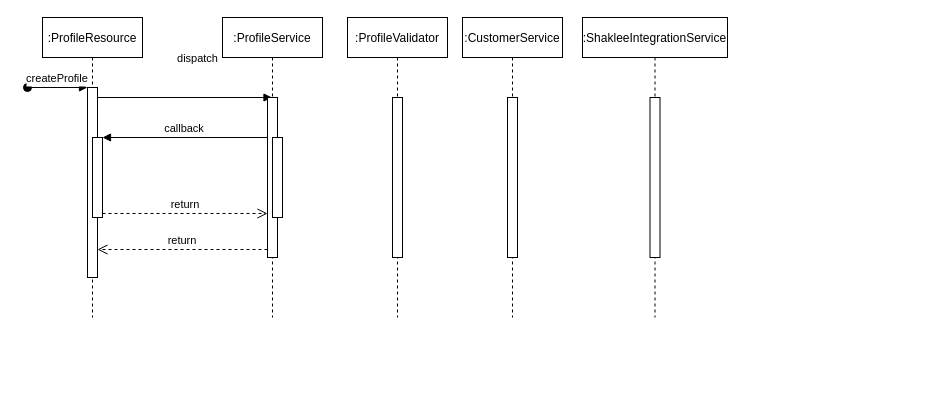
rednas/Test keeps this draw.io diagram as REST API Sequence Diagram.drawio. Above is the earlier version. Source tidied: cells renumbered, new cells numbered last; positions are measured from the earlier drawing's top-left corner, leaving out a move shared by most shapes. Both pictures are drawn from the tidied source at 100%, with x=0, y=0 at pixel (27, 17).
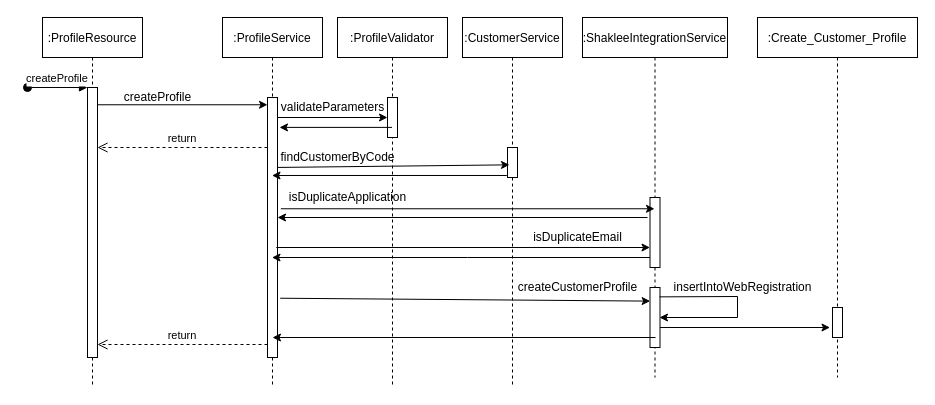
After the change.

Diff of the diagram source:
```diff
@@
     <mxCell id="2" value=":ProfileResource" style="shape=umlLifeline;perimeter=lifelinePerimeter;rounded=0;shadow=0;strokeWidth=1;" parent="1" vertex="1">
-      <mxGeometry x="15" width="100" height="300" as="geometry" />
+      <mxGeometry x="15" width="100" height="370" as="geometry" />
     </mxCell>
     <mxCell id="3" style="points=[];perimeter=orthogonalPerimeter;rounded=0;shadow=0;strokeWidth=1;" parent="2" vertex="1">
-      <mxGeometry x="45" y="70" width="10" height="190" as="geometry" />
+      <mxGeometry x="45" y="70" width="10" height="270" as="geometry" />
     </mxCell>
@@
-    <mxCell id="5" style="points=[];perimeter=orthogonalPerimeter;rounded=0;shadow=0;strokeWidth=1;" parent="2" vertex="1">
-      <mxGeometry x="50" y="120" width="10" height="80" as="geometry" />
-    </mxCell>
-    <mxCell id="6" value="dispatch" style="html=1;verticalAlign=bottom;endArrow=block;rounded=0;" parent="2" edge="1" target="7">
-      <mxGeometry x="0.15" y="30" relative="1" as="geometry">
-        <mxPoint x="55" y="80" as="sourcePoint" />
-      </mxGeometry>
-    </mxCell>
     <mxCell id="7" value=":ProfileService" style="shape=umlLifeline;perimeter=lifelinePerimeter;rounded=0;shadow=0;strokeWidth=1;" parent="1" vertex="1">
-      <mxGeometry x="195" width="100" height="300" as="geometry" />
+      <mxGeometry x="195" width="100" height="370" as="geometry" />
     </mxCell>
     <mxCell id="8" style="points=[];perimeter=orthogonalPerimeter;rounded=0;shadow=0;strokeWidth=1;" parent="7" vertex="1">
-      <mxGeometry x="45" y="80" width="10" height="160" as="geometry" />
+      <mxGeometry x="45" y="80" width="10" height="260" as="geometry" />
     </mxCell>
-    <mxCell id="9" style="html=1;perimeter=orthogonalPerimeter;" parent="7" vertex="1">
-      <mxGeometry x="50" y="120" width="10" height="80" as="geometry" />
-    </mxCell>
@@
-    <mxCell id="11" value="callback" style="verticalAlign=bottom;endArrow=block;entryX=1;entryY=0;shadow=0;strokeWidth=1;" parent="1" edge="1" source="8" target="5">
-      <mxGeometry relative="1" as="geometry" />
-    </mxCell>
-    <mxCell id="12" value="return" style="verticalAlign=bottom;endArrow=open;dashed=1;endSize=8;exitX=1;exitY=0.95;shadow=0;strokeWidth=1;" parent="1" edge="1" source="5" target="8">
-      <mxGeometry relative="1" as="geometry" />
-    </mxCell>
     <mxCell id="13" value=":ProfileValidator" style="shape=umlLifeline;perimeter=lifelinePerimeter;rounded=0;shadow=0;strokeWidth=1;" parent="1" vertex="1">
-      <mxGeometry x="320" width="100" height="300" as="geometry" />
+      <mxGeometry x="310" width="110" height="370" as="geometry" />
     </mxCell>
     <mxCell id="14" style="perimeter=orthogonalPerimeter;rounded=0;shadow=0;strokeWidth=1;" parent="13" vertex="1">
-      <mxGeometry x="45" y="80" width="10" height="160" as="geometry" />
+      <mxGeometry x="50" y="80" width="10" height="40" as="geometry" />
     </mxCell>
     <mxCell id="15" value=":CustomerService" style="shape=umlLifeline;perimeter=lifelinePerimeter;rounded=0;shadow=0;strokeWidth=1;" parent="1" vertex="1">
-      <mxGeometry x="435" width="100" height="300" as="geometry" />
+      <mxGeometry x="435" width="100" height="370" as="geometry" />
     </mxCell>
     <mxCell id="16" style="points=[];perimeter=orthogonalPerimeter;rounded=0;shadow=0;strokeWidth=1;" parent="15" vertex="1">
-      <mxGeometry x="45" y="80" width="10" height="160" as="geometry" />
+      <mxGeometry x="45" y="130" width="10" height="30" as="geometry" />
     </mxCell>
+    <mxCell id="19" style="endArrow=classic;html=1;rounded=0;exitX=1.333;exitY=0.428;exitDx=0;exitDy=0;exitPerimeter=0;" parent="15" edge="1">
+      <mxGeometry relative="1" as="geometry">
+        <mxPoint x="-186.2" y="230" as="sourcePoint" />
+        <mxPoint x="187.5" y="230" as="targetPoint" />
+      </mxGeometry>
+    </mxCell>
     <mxCell id="17" value=":ShakleeIntegrationService" style="shape=umlLifeline;perimeter=lifelinePerimeter;rounded=0;shadow=0;strokeWidth=1;" parent="1" vertex="1">
-      <mxGeometry x="555" width="145" height="300" as="geometry" />
+      <mxGeometry x="555" width="145" height="360" as="geometry" />
     </mxCell>
     <mxCell id="18" style="points=[];perimeter=orthogonalPerimeter;rounded=0;shadow=0;strokeWidth=1;" parent="17" vertex="1">
-      <mxGeometry x="67.5" y="80" width="10" height="160" as="geometry" />
+      <mxGeometry x="67.5" y="180" width="10" height="70" as="geometry" />
     </mxCell>
+    <mxCell id="20" style="points=[];perimeter=orthogonalPerimeter;rounded=0;shadow=0;strokeWidth=1;" parent="17" vertex="1">
+      <mxGeometry x="67.5" y="270" width="10" height="60" as="geometry" />
+    </mxCell>
+    <mxCell id="21" style="endArrow=classic;html=1;rounded=0;" parent="17" edge="1">
+      <mxGeometry relative="1" as="geometry">
+        <mxPoint x="77.5" y="310" as="sourcePoint" />
+        <mxPoint x="247.5" y="310" as="targetPoint" />
+      </mxGeometry>
+    </mxCell>
+    <mxCell id="22" style="endArrow=classic;html=1;rounded=0;exitX=0.95;exitY=0.156;exitDx=0;exitDy=0;exitPerimeter=0;entryX=0.95;entryY=0.5;entryDx=0;entryDy=0;entryPerimeter=0;" parent="17" edge="1" source="20" target="20">
+      <mxGeometry relative="1" as="geometry">
+        <Array as="points">
+          <mxPoint x="155" y="279" />
+          <mxPoint x="155" y="300" />
+        </Array>
+      </mxGeometry>
+    </mxCell>
+    <mxCell id="23" style="endArrow=classic;html=1;rounded=0;entryX=1.2;entryY=0.115;entryDx=0;entryDy=0;entryPerimeter=0;" parent="1" edge="1" source="13" target="8">
+      <mxGeometry relative="1" as="geometry" />
+    </mxCell>
+    <mxCell id="24" style="endArrow=classic;html=1;rounded=0;" parent="1" edge="1">
+      <mxGeometry relative="1" as="geometry">
+        <mxPoint x="250" y="100" as="sourcePoint" />
+        <mxPoint x="360" y="100" as="targetPoint" />
+      </mxGeometry>
+    </mxCell>
+    <mxCell id="25" style="endArrow=classic;html=1;rounded=0;exitX=1;exitY=0.269;exitDx=0;exitDy=0;exitPerimeter=0;entryX=0.2;entryY=0.578;entryDx=0;entryDy=0;entryPerimeter=0;" parent="1" edge="1" source="8" target="16">
+      <mxGeometry relative="1" as="geometry" />
+    </mxCell>
+    <mxCell id="26" style="endArrow=classic;html=1;rounded=0;exitX=-0.067;exitY=0.933;exitDx=0;exitDy=0;exitPerimeter=0;" parent="1" edge="1" source="16" target="7">
+      <mxGeometry relative="1" as="geometry" />
+    </mxCell>
+    <mxCell id="27" style="endArrow=classic;html=1;rounded=0;exitX=1.333;exitY=0.428;exitDx=0;exitDy=0;exitPerimeter=0;" parent="1" edge="1" source="8" target="17">
+      <mxGeometry relative="1" as="geometry" />
+    </mxCell>
+    <mxCell id="28" style="endArrow=classic;html=1;rounded=0;" parent="1" edge="1">
+      <mxGeometry relative="1" as="geometry">
+        <mxPoint x="620" y="200" as="sourcePoint" />
+        <mxPoint x="250" y="200" as="targetPoint" />
+      </mxGeometry>
+    </mxCell>
+    <mxCell id="29" value=":Create_Customer_Profile" style="shape=umlLifeline;perimeter=lifelinePerimeter;rounded=0;shadow=0;strokeWidth=1;" parent="1" vertex="1">
+      <mxGeometry x="730" width="160" height="360" as="geometry" />
+    </mxCell>
+    <mxCell id="30" style="perimeter=orthogonalPerimeter;rounded=0;shadow=0;strokeWidth=1;" parent="29" vertex="1">
+      <mxGeometry x="75" y="290" width="10" height="30" as="geometry" />
+    </mxCell>
+    <mxCell id="31" style="endArrow=classic;html=1;rounded=0;entryX=0.017;entryY=0.227;entryDx=0;entryDy=0;entryPerimeter=0;exitX=1.267;exitY=0.772;exitDx=0;exitDy=0;exitPerimeter=0;" parent="1" edge="1" source="8" target="20">
+      <mxGeometry relative="1" as="geometry" />
+    </mxCell>
+    <mxCell id="32" style="endArrow=classic;html=1;rounded=0;" parent="1" edge="1">
+      <mxGeometry relative="1" as="geometry">
+        <mxPoint x="628" y="320" as="sourcePoint" />
+        <mxPoint x="245" y="320" as="targetPoint" />
+      </mxGeometry>
+    </mxCell>
+    <mxCell id="12" value="return" style="verticalAlign=bottom;endArrow=open;dashed=1;endSize=8;exitX=0;exitY=0.95;shadow=0;strokeWidth=1;" parent="1" edge="1">
+      <mxGeometry relative="1" as="geometry">
+        <mxPoint x="240" y="130" as="sourcePoint" />
+        <mxPoint x="70" y="130" as="targetPoint" />
+      </mxGeometry>
+    </mxCell>
+    <mxCell id="33" style="endArrow=classic;html=1;rounded=0;exitX=1;exitY=0.064;exitDx=0;exitDy=0;exitPerimeter=0;" parent="1" edge="1" source="3" target="8">
+      <mxGeometry relative="1" as="geometry" />
+    </mxCell>
+    <mxCell id="34" value="createProfile" style="text;html=1;align=center;verticalAlign=middle;strokeColor=none;fillColor=none;" parent="1" vertex="1">
+      <mxGeometry x="90" y="70" width="80" height="20" as="geometry" />
+    </mxCell>
+    <mxCell id="35" value="validateParameters" style="text;html=1;align=center;verticalAlign=middle;strokeColor=none;fillColor=none;" parent="1" vertex="1">
+      <mxGeometry x="245" y="80" width="120" height="20" as="geometry" />
+    </mxCell>
+    <mxCell id="36" value="findCustomerByCode" style="text;html=1;align=center;verticalAlign=middle;strokeColor=none;fillColor=none;" parent="1" vertex="1">
+      <mxGeometry x="245" y="130" width="130" height="20" as="geometry" />
+    </mxCell>
+    <mxCell id="37" value="isDuplicateApplication" style="text;html=1;align=center;verticalAlign=middle;strokeColor=none;fillColor=none;" parent="1" vertex="1">
+      <mxGeometry x="255" y="170" width="130" height="20" as="geometry" />
+    </mxCell>
+    <mxCell id="38" style="endArrow=classic;html=1;rounded=0;" parent="1" edge="1" source="18" target="7">
+      <mxGeometry relative="1" as="geometry">
+        <Array as="points">
+          <mxPoint x="440" y="240" />
+        </Array>
+      </mxGeometry>
+    </mxCell>
+    <mxCell id="39" value="isDuplicateEmail" style="text;html=1;align=center;verticalAlign=middle;strokeColor=none;fillColor=none;" parent="1" vertex="1">
+      <mxGeometry x="500" y="210" width="100" height="20" as="geometry" />
+    </mxCell>
+    <mxCell id="40" value="createCustomerProfile" style="text;html=1;align=center;verticalAlign=middle;strokeColor=none;fillColor=none;" parent="1" vertex="1">
+      <mxGeometry x="485" y="260" width="130" height="20" as="geometry" />
+    </mxCell>
+    <mxCell id="41" value="insertIntoWebRegistration" style="text;html=1;align=center;verticalAlign=middle;strokeColor=none;fillColor=none;" parent="1" vertex="1">
+      <mxGeometry x="640" y="260" width="150" height="20" as="geometry" />
+    </mxCell>
```
